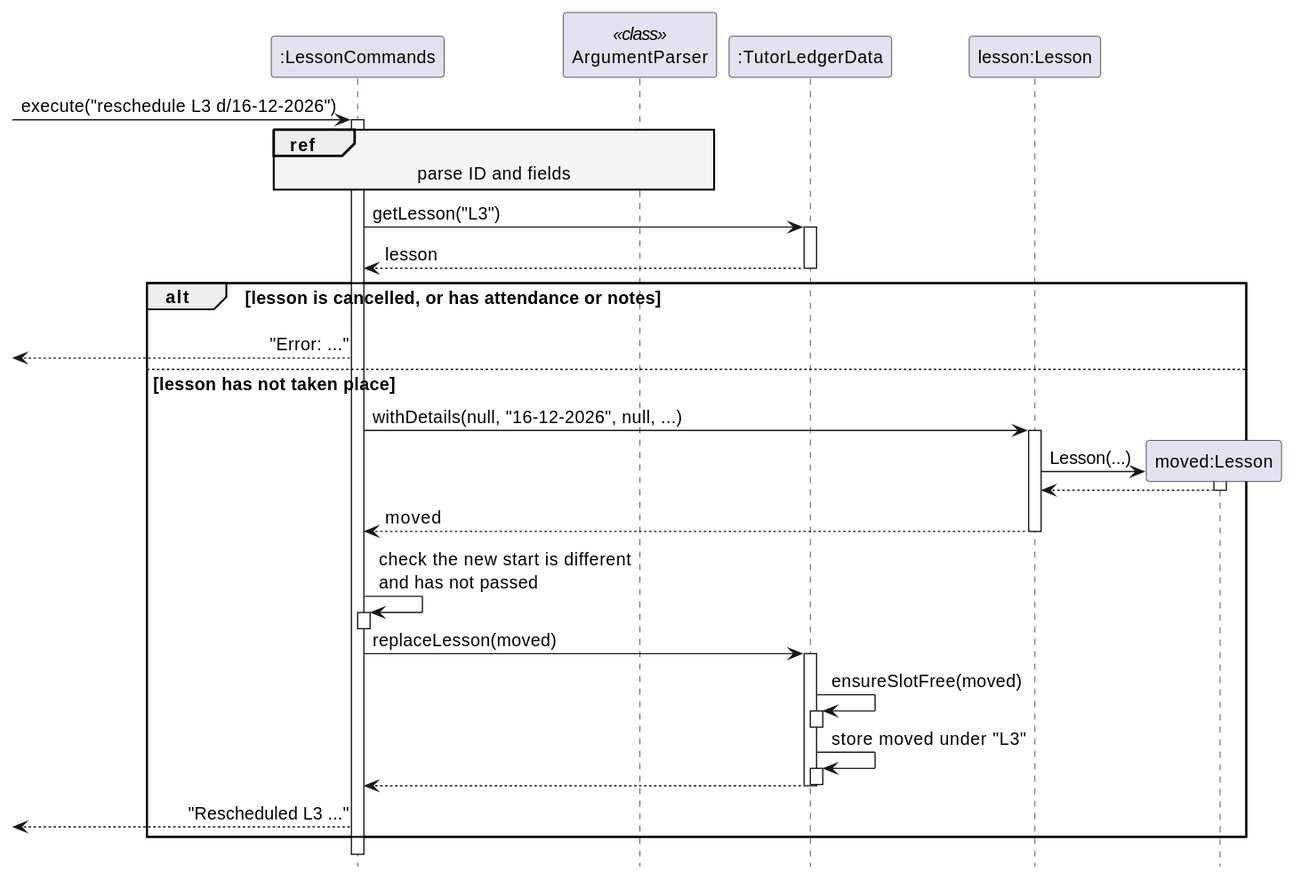
The PlantUML diagram docs/diagrams/lesson-reschedule-sequence.svg in AY2627S1-CS2113-W12-2/tp, before a commit. Its source is kept beside it as docs/diagrams/lesson-reschedule-sequence.puml.
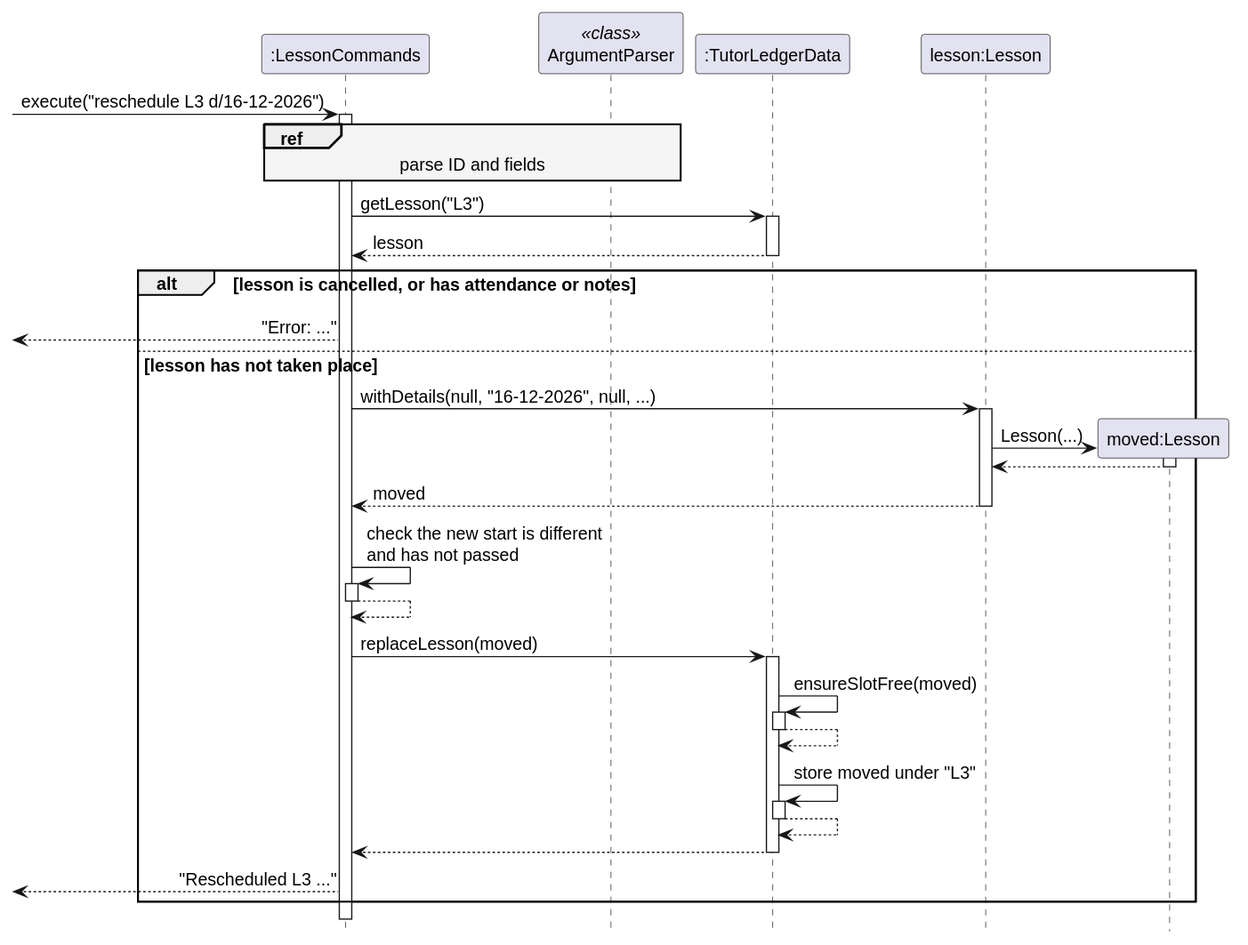
The same diagram one commit later.

Change to the diagram source:
```diff
@@ -35,15 +35,18 @@
 
   Commands -> Commands : check the new start is different\nand has not passed
   activate Commands
+  Commands --> Commands
   deactivate Commands
 
   Commands -> Data : replaceLesson(moved)
   activate Data
   Data -> Data : ensureSlotFree(moved)
   activate Data
+  Data --> Data
   deactivate Data
   Data -> Data : store moved under "L3"
   activate Data
+  Data --> Data
   deactivate Data
   Data --> Commands
   deactivate Data
```
